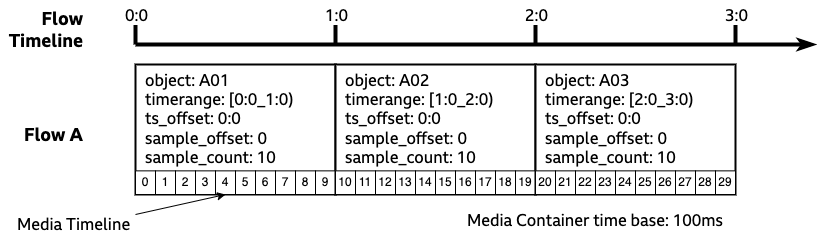
Before: docs/images/Flow and Media Timelines-Flow A.drawio.png, a diagram exported from draw.io (bbc/tams). Source tidied: cells renumbered, new cells last; positions are measured from the earlier drawing's top-left corner, leaving out a move shared by most shapes.
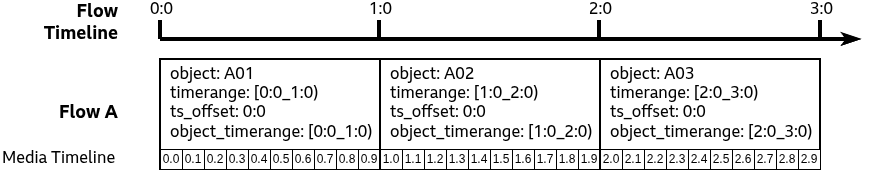
After the change.

Commit message:
Remove references to (deprecated) sample_offset and sample_count from README

The edit, as a diff of the source:
```diff
@@ -5,7 +5,7 @@
     <mxCell id="2" style="endArrow=classicThin;html=1;rounded=0;fontSize=16;strokeWidth=4;fontFamily=BBC Reith Sans;endFill=1;" parent="1" edge="1">
       <mxGeometry relative="1" as="geometry">
         <mxPoint x="130" y="30" as="sourcePoint" />
-        <mxPoint x="810" y="30" as="targetPoint" />
+        <mxPoint x="830" y="30" as="targetPoint" />
       </mxGeometry>
     </mxCell>
     <mxCell id="3" style="endArrow=none;html=1;rounded=0;fontSize=16;strokeWidth=4;fontFamily=BBC Reith Sans;" parent="1" edge="1">
@@ -21,8 +21,8 @@
     </mxCell>
     <mxCell id="5" style="endArrow=none;html=1;rounded=0;fontSize=16;strokeWidth=4;fontFamily=BBC Reith Sans;" parent="1" edge="1">
       <mxGeometry relative="1" as="geometry">
-        <mxPoint x="330" y="30" as="sourcePoint" />
-        <mxPoint x="330" y="10" as="targetPoint" />
+        <mxPoint x="349" y="30" as="sourcePoint" />
+        <mxPoint x="349" y="10" as="targetPoint" />
       </mxGeometry>
     </mxCell>
     <mxCell id="6" value="1:0" style="edgeLabel;html=1;align=center;verticalAlign=middle;fontFamily=BBC Reith Sans;fontSize=16;" parent="5" vertex="1">
@@ -32,8 +32,8 @@
     </mxCell>
     <mxCell id="7" style="endArrow=none;html=1;rounded=0;fontSize=16;strokeWidth=4;fontFamily=BBC Reith Sans;" parent="1" edge="1">
       <mxGeometry relative="1" as="geometry">
-        <mxPoint x="530" y="30" as="sourcePoint" />
-        <mxPoint x="530" y="10" as="targetPoint" />
+        <mxPoint x="569" y="30" as="sourcePoint" />
+        <mxPoint x="569" y="10" as="targetPoint" />
       </mxGeometry>
     </mxCell>
     <mxCell id="8" value="2:0" style="edgeLabel;html=1;align=center;verticalAlign=middle;fontFamily=BBC Reith Sans;fontSize=16;" parent="7" vertex="1">
@@ -43,8 +43,8 @@
     </mxCell>
     <mxCell id="9" style="endArrow=none;html=1;rounded=0;fontSize=16;strokeWidth=4;fontFamily=BBC Reith Sans;" parent="1" edge="1">
       <mxGeometry relative="1" as="geometry">
-        <mxPoint x="730" y="30" as="sourcePoint" />
-        <mxPoint x="730" y="10" as="targetPoint" />
+        <mxPoint x="790" y="30" as="sourcePoint" />
+        <mxPoint x="790" y="10" as="targetPoint" />
       </mxGeometry>
     </mxCell>
     <mxCell id="10" value="3:0" style="edgeLabel;html=1;align=center;verticalAlign=middle;fontFamily=BBC Reith Sans;fontSize=16;" parent="9" vertex="1">
@@ -53,127 +53,121 @@
       </mxGeometry>
     </mxCell>
     <mxCell id="11" value="Flow Timeline" style="text;html=1;strokeColor=none;fillColor=none;align=right;verticalAlign=middle;whiteSpace=wrap;rounded=0;fontFamily=BBC Reith Sans;fontSize=18;fontStyle=1;" parent="1" vertex="1">
-      <mxGeometry width="80" height="30" as="geometry" />
+      <mxGeometry x="10" width="80" height="30" as="geometry" />
     </mxCell>
     <mxCell id="12" value="Flow A" style="text;html=1;strokeColor=none;fillColor=none;align=right;verticalAlign=middle;whiteSpace=wrap;rounded=0;fontFamily=BBC Reith Sans;fontSize=18;fontStyle=1;" parent="1" vertex="1">
-      <mxGeometry y="105" width="80" height="30" as="geometry" />
+      <mxGeometry x="10" y="90" width="80" height="30" as="geometry" />
     </mxCell>
     <mxCell id="13" style="group;" parent="1" vertex="1">
-      <mxGeometry x="130" y="50" width="200" height="130" as="geometry" />
+      <mxGeometry x="130" y="50" width="220" height="110" as="geometry" />
     </mxCell>
-    <mxCell id="14" value="object: A01&lt;br&gt;timerange: [0:0_1:0)&lt;br&gt;ts_offset: 0:0&lt;br&gt;sample_offset: 0&lt;br style=&quot;border-color: var(--border-color);&quot;&gt;sample_count: 10" style="rounded=0;whiteSpace=wrap;html=1;strokeWidth=2;fontFamily=BBC Reith Sans;fontSize=16;verticalAlign=top;align=left;spacingLeft=8;" parent="13" vertex="1">
-      <mxGeometry width="200" height="130" as="geometry" />
+    <mxCell id="14" value="object: A01&lt;br&gt;timerange: [0:0_1:0)&lt;br&gt;ts_offset: 0:0&lt;div&gt;object_timerange: [0:0_1:0)&lt;/div&gt;" style="rounded=0;whiteSpace=wrap;html=1;strokeWidth=2;fontFamily=BBC Reith Sans;fontSize=16;verticalAlign=top;align=left;spacingLeft=8;" parent="13" vertex="1">
+      <mxGeometry width="220" height="110" as="geometry" />
     </mxCell>
-    <mxCell id="15" value="0" style="rounded=0;whiteSpace=wrap;html=1;" parent="13" vertex="1">
-      <mxGeometry y="106.4" width="20" height="23.6" as="geometry" />
+    <mxCell id="15" value="0.0" style="rounded=0;whiteSpace=wrap;html=1;" parent="13" vertex="1">
+      <mxGeometry y="90" width="22" height="20" as="geometry" />
     </mxCell>
-    <mxCell id="16" value="1" style="rounded=0;whiteSpace=wrap;html=1;" parent="13" vertex="1">
-      <mxGeometry x="20" y="106.4" width="20" height="23.6" as="geometry" />
+    <mxCell id="16" value="0.1" style="rounded=0;whiteSpace=wrap;html=1;" parent="13" vertex="1">
+      <mxGeometry x="22" y="90" width="22" height="20" as="geometry" />
     </mxCell>
-    <mxCell id="17" value="2" style="rounded=0;whiteSpace=wrap;html=1;" parent="13" vertex="1">
-      <mxGeometry x="40" y="106.4" width="20" height="23.6" as="geometry" />
+    <mxCell id="17" value="0.2" style="rounded=0;whiteSpace=wrap;html=1;" parent="13" vertex="1">
+      <mxGeometry x="44" y="90" width="22" height="20" as="geometry" />
     </mxCell>
-    <mxCell id="18" value="3" style="rounded=0;whiteSpace=wrap;html=1;" parent="13" vertex="1">
-      <mxGeometry x="60" y="106.4" width="20" height="23.6" as="geometry" />
+    <mxCell id="18" value="0.3" style="rounded=0;whiteSpace=wrap;html=1;" parent="13" vertex="1">
+      <mxGeometry x="66" y="90" width="22" height="20" as="geometry" />
     </mxCell>
-    <mxCell id="19" value="4" style="rounded=0;whiteSpace=wrap;html=1;" parent="13" vertex="1">
-      <mxGeometry x="80" y="106.4" width="20" height="23.6" as="geometry" />
+    <mxCell id="19" value="0.4" style="rounded=0;whiteSpace=wrap;html=1;" parent="13" vertex="1">
+      <mxGeometry x="88" y="90" width="22" height="20" as="geometry" />
     </mxCell>
-    <mxCell id="20" value="5" style="rounded=0;whiteSpace=wrap;html=1;" parent="13" vertex="1">
-      <mxGeometry x="100" y="106.4" width="20" height="23.6" as="geometry" />
+    <mxCell id="20" value="0.5" style="rounded=0;whiteSpace=wrap;html=1;" parent="13" vertex="1">
+      <mxGeometry x="110" y="90" width="22" height="20" as="geometry" />
     </mxCell>
-    <mxCell id="21" value="6" style="rounded=0;whiteSpace=wrap;html=1;" parent="13" vertex="1">
-      <mxGeometry x="120" y="106.4" width="20" height="23.6" as="geometry" />
+    <mxCell id="21" value="0.6" style="rounded=0;whiteSpace=wrap;html=1;" parent="13" vertex="1">
+      <mxGeometry x="132" y="90" width="22" height="20" as="geometry" />
     </mxCell>
-    <mxCell id="22" value="7" style="rounded=0;whiteSpace=wrap;html=1;" parent="13" vertex="1">
-      <mxGeometry x="140" y="106.4" width="20" height="23.6" as="geometry" />
+    <mxCell id="22" value="0.7" style="rounded=0;whiteSpace=wrap;html=1;" parent="13" vertex="1">
+      <mxGeometry x="154" y="90" width="22" height="20" as="geometry" />
     </mxCell>
-    <mxCell id="23" value="8" style="rounded=0;whiteSpace=wrap;html=1;" parent="13" vertex="1">
-      <mxGeometry x="160" y="106.4" width="20" height="23.6" as="geometry" />
+    <mxCell id="23" value="0.8" style="rounded=0;whiteSpace=wrap;html=1;" parent="13" vertex="1">
+      <mxGeometry x="176" y="90" width="22" height="20" as="geometry" />
     </mxCell>
-    <mxCell id="24" value="9" style="rounded=0;whiteSpace=wrap;html=1;" parent="13" vertex="1">
-      <mxGeometry x="180" y="106.4" width="20" height="23.6" as="geometry" />
+    <mxCell id="24" value="0.9" style="rounded=0;whiteSpace=wrap;html=1;" parent="13" vertex="1">
+      <mxGeometry x="198" y="90" width="22" height="20" as="geometry" />
     </mxCell>
     <mxCell id="25" style="group;" parent="1" vertex="1">
-      <mxGeometry x="330" y="50" width="200" height="130" as="geometry" />
+      <mxGeometry x="350" y="50" width="220" height="110" as="geometry" />
     </mxCell>
-    <mxCell id="26" value="object: A02&lt;br&gt;timerange: [1:0_2:0)&lt;br&gt;ts_offset: 0:0&lt;br&gt;sample_offset: 0&lt;br&gt;sample_count: 10" style="rounded=0;whiteSpace=wrap;html=1;strokeWidth=2;fontFamily=BBC Reith Sans;fontSize=16;verticalAlign=top;align=left;spacingLeft=8;" parent="25" vertex="1">
-      <mxGeometry width="200" height="130" as="geometry" />
+    <mxCell id="26" value="object: A02&lt;br&gt;timerange: [1:0_2:0)&lt;br&gt;ts_offset: 0:0&lt;div&gt;object_timerange: [1:0_2:0)&lt;/div&gt;" style="rounded=0;whiteSpace=wrap;html=1;strokeWidth=2;fontFamily=BBC Reith Sans;fontSize=16;verticalAlign=top;align=left;spacingLeft=8;" parent="25" vertex="1">
+      <mxGeometry width="220" height="110" as="geometry" />
     </mxCell>
-    <mxCell id="27" value="10" style="rounded=0;whiteSpace=wrap;html=1;" parent="25" vertex="1">
-      <mxGeometry y="106.4" width="20" height="23.6" as="geometry" />
+    <mxCell id="27" value="1.0" style="rounded=0;whiteSpace=wrap;html=1;" parent="25" vertex="1">
+      <mxGeometry y="90" width="22" height="20" as="geometry" />
     </mxCell>
-    <mxCell id="28" value="11" style="rounded=0;whiteSpace=wrap;html=1;" parent="25" vertex="1">
-      <mxGeometry x="20" y="106.4" width="20" height="23.6" as="geometry" />
+    <mxCell id="28" value="1.1" style="rounded=0;whiteSpace=wrap;html=1;" parent="25" vertex="1">
+      <mxGeometry x="22" y="90" width="22" height="20" as="geometry" />
     </mxCell>
-    <mxCell id="29" value="12" style="rounded=0;whiteSpace=wrap;html=1;" parent="25" vertex="1">
-      <mxGeometry x="40" y="106.4" width="20" height="23.6" as="geometry" />
+    <mxCell id="29" value="1.2" style="rounded=0;whiteSpace=wrap;html=1;" parent="25" vertex="1">
+      <mxGeometry x="44" y="90" width="22" height="20" as="geometry" />
     </mxCell>
-    <mxCell id="30" value="13" style="rounded=0;whiteSpace=wrap;html=1;" parent="25" vertex="1">
-      <mxGeometry x="60" y="106.4" width="20" height="23.6" as="geometry" />
+    <mxCell id="30" value="1.3" style="rounded=0;whiteSpace=wrap;html=1;" parent="25" vertex="1">
+      <mxGeometry x="66" y="90" width="22" height="20" as="geometry" />
     </mxCell>
-    <mxCell id="31" value="14" style="rounded=0;whiteSpace=wrap;html=1;" parent="25" vertex="1">
-      <mxGeometry x="80" y="106.4" width="20" height="23.6" as="geometry" />
+    <mxCell id="31" value="1.4" style="rounded=0;whiteSpace=wrap;html=1;" parent="25" vertex="1">
+      <mxGeometry x="88" y="90" width="22" height="20" as="geometry" />
     </mxCell>
-    <mxCell id="32" value="15" style="rounded=0;whiteSpace=wrap;html=1;" parent="25" vertex="1">
-      <mxGeometry x="100" y="106.4" width="20" height="23.6" as="geometry" />
+    <mxCell id="32" value="1.5" style="rounded=0;whiteSpace=wrap;html=1;" parent="25" vertex="1">
+      <mxGeometry x="110" y="90" width="22" height="20" as="geometry" />
     </mxCell>
-    <mxCell id="33" value="16" style="rounded=0;whiteSpace=wrap;html=1;" parent="25" vertex="1">
-      <mxGeometry x="120" y="106.4" width="20" height="23.6" as="geometry" />
+    <mxCell id="33" value="1.6" style="rounded=0;whiteSpace=wrap;html=1;" parent="25" vertex="1">
+      <mxGeometry x="132" y="90" width="22" height="20" as="geometry" />
     </mxCell>
-    <mxCell id="34" value="17" style="rounded=0;whiteSpace=wrap;html=1;" parent="25" vertex="1">
-      <mxGeometry x="140" y="106.4" width="20" height="23.6" as="geometry" />
+    <mxCell id="34" value="1.7" style="rounded=0;whiteSpace=wrap;html=1;" parent="25" vertex="1">
+      <mxGeometry x="154" y="90" width="22" height="20" as="geometry" />
     </mxCell>
-    <mxCell id="35" value="18" style="rounded=0;whiteSpace=wrap;html=1;" parent="25" vertex="1">
-      <mxGeometry x="160" y="106.4" width="20" height="23.6" as="geometry" />
+    <mxCell id="35" value="1.8" style="rounded=0;whiteSpace=wrap;html=1;" parent="25" vertex="1">
+      <mxGeometry x="176" y="90" width="22" height="20" as="geometry" />
     </mxCell>
-    <mxCell id="36" value="19" style="rounded=0;whiteSpace=wrap;html=1;" parent="25" vertex="1">
-      <mxGeometry x="180" y="106.4" width="20" height="23.6" as="geometry" />
+    <mxCell id="36" value="1.9" style="rounded=0;whiteSpace=wrap;html=1;" parent="25" vertex="1">
+      <mxGeometry x="198" y="90" width="22" height="20" as="geometry" />
     </mxCell>
     <mxCell id="37" style="group;" parent="1" vertex="1">
-      <mxGeometry x="530" y="50" width="200" height="130" as="geometry" />
+      <mxGeometry x="570" y="50" width="220" height="110" as="geometry" />
     </mxCell>
-    <mxCell id="38" value="object: A03&lt;br&gt;timerange: [2:0_3:0)&lt;br&gt;ts_offset: 0:0&lt;br&gt;sample_offset: 0&lt;br&gt;sample_count: 10" style="rounded=0;whiteSpace=wrap;html=1;strokeWidth=2;fontFamily=BBC Reith Sans;fontSize=16;verticalAlign=top;align=left;spacingLeft=8;" parent="37" vertex="1">
-      <mxGeometry width="200" height="130" as="geometry" />
+    <mxCell id="38" value="object: A03&lt;br&gt;timerange: [2:0_3:0)&lt;br&gt;ts_offset: 0:0&lt;div&gt;object_timerange: [2:0_3:0)&lt;/div&gt;" style="rounded=0;whiteSpace=wrap;html=1;strokeWidth=2;fontFamily=BBC Reith Sans;fontSize=16;verticalAlign=top;align=left;spacingLeft=8;" parent="37" vertex="1">
+      <mxGeometry width="220" height="110" as="geometry" />
     </mxCell>
-    <mxCell id="39" value="20" style="rounded=0;whiteSpace=wrap;html=1;" parent="37" vertex="1">
-      <mxGeometry y="106.4" width="20" height="23.6" as="geometry" />
+    <mxCell id="39" value="2.0" style="rounded=0;whiteSpace=wrap;html=1;" parent="37" vertex="1">
+      <mxGeometry y="90" width="22" height="20" as="geometry" />
     </mxCell>
-    <mxCell id="40" value="21" style="rounded=0;whiteSpace=wrap;html=1;" parent="37" vertex="1">
-      <mxGeometry x="20" y="106.4" width="20" height="23.6" as="geometry" />
+    <mxCell id="40" value="2.1" style="rounded=0;whiteSpace=wrap;html=1;" parent="37" vertex="1">
+      <mxGeometry x="22" y="90" width="22" height="20" as="geometry" />
     </mxCell>
-    <mxCell id="41" value="22" style="rounded=0;whiteSpace=wrap;html=1;" parent="37" vertex="1">
-      <mxGeometry x="40" y="106.4" width="20" height="23.6" as="geometry" />
+    <mxCell id="41" value="2.2" style="rounded=0;whiteSpace=wrap;html=1;" parent="37" vertex="1">
+      <mxGeometry x="44" y="90" width="22" height="20" as="geometry" />
     </mxCell>
-    <mxCell id="42" value="23" style="rounded=0;whiteSpace=wrap;html=1;" parent="37" vertex="1">
-      <mxGeometry x="60" y="106.4" width="20" height="23.6" as="geometry" />
+    <mxCell id="42" value="2.3" style="rounded=0;whiteSpace=wrap;html=1;" parent="37" vertex="1">
+      <mxGeometry x="66" y="90" width="22" height="20" as="geometry" />
     </mxCell>
-    <mxCell id="43" value="24" style="rounded=0;whiteSpace=wrap;html=1;" parent="37" vertex="1">
-      <mxGeometry x="80" y="106.4" width="20" height="23.6" as="geometry" />
+    <mxCell id="43" value="2.4" style="rounded=0;whiteSpace=wrap;html=1;" parent="37" vertex="1">
+      <mxGeometry x="88" y="90" width="22" height="20" as="geometry" />
     </mxCell>
-    <mxCell id="44" value="25" style="rounded=0;whiteSpace=wrap;html=1;" parent="37" vertex="1">
-      <mxGeometry x="100" y="106.4" width="20" height="23.6" as="geometry" />
+    <mxCell id="44" value="2.5" style="rounded=0;whiteSpace=wrap;html=1;" parent="37" vertex="1">
+      <mxGeometry x="110" y="90" width="22" height="20" as="geometry" />
     </mxCell>
-    <mxCell id="45" value="26" style="rounded=0;whiteSpace=wrap;html=1;" parent="37" vertex="1">
-      <mxGeometry x="120" y="106.4" width="20" height="23.6" as="geometry" />
+    <mxCell id="45" value="2.6" style="rounded=0;whiteSpace=wrap;html=1;" parent="37" vertex="1">
+      <mxGeometry x="132" y="90" width="22" height="20" as="geometry" />
     </mxCell>
-    <mxCell id="46" value="27" style="rounded=0;whiteSpace=wrap;html=1;" parent="37" vertex="1">
-      <mxGeometry x="140" y="106.4" width="20" height="23.6" as="geometry" />
+    <mxCell id="46" value="2.7" style="rounded=0;whiteSpace=wrap;html=1;" parent="37" vertex="1">
+      <mxGeometry x="154" y="90" width="22" height="20" as="geometry" />
     </mxCell>
-    <mxCell id="47" value="28" style="rounded=0;whiteSpace=wrap;html=1;" parent="37" vertex="1">
-      <mxGeometry x="160" y="106.4" width="20" height="23.6" as="geometry" />
+    <mxCell id="47" value="2.8" style="rounded=0;whiteSpace=wrap;html=1;" parent="37" vertex="1">
+      <mxGeometry x="176" y="90" width="22" height="20" as="geometry" />
     </mxCell>
-    <mxCell id="48" value="29" style="rounded=0;whiteSpace=wrap;html=1;" parent="37" vertex="1">
-      <mxGeometry x="180" y="106.4" width="20" height="23.6" as="geometry" />
+    <mxCell id="48" value="2.9" style="rounded=0;whiteSpace=wrap;html=1;" parent="37" vertex="1">
+      <mxGeometry x="198" y="90" width="22" height="20" as="geometry" />
     </mxCell>
-    <mxCell id="49" style="endArrow=classic;html=1;rounded=0;exitX=1;exitY=0.25;exitDx=0;exitDy=0;fontFamily=BBC Reith Sans;entryX=0.5;entryY=1;entryDx=0;entryDy=0;" parent="1" edge="1" source="50" target="19">
-      <mxGeometry relative="1" as="geometry" />
-    </mxCell>
     <mxCell id="50" value="Media Timeline" style="text;html=1;strokeColor=none;fillColor=none;align=left;verticalAlign=middle;whiteSpace=wrap;rounded=0;fontFamily=BBC Reith Sans;fontSize=16;" parent="1" vertex="1">
-      <mxGeometry x="10" y="190" width="120" height="40" as="geometry" />
+      <mxGeometry x="-30" y="130" width="120" height="40" as="geometry" />
     </mxCell>
-    <mxCell id="51" value="&lt;font face=&quot;BBC Reith Sans&quot;&gt;&lt;span style=&quot;font-size: 16px;&quot;&gt;Media Container time base: 100ms&lt;/span&gt;&lt;/font&gt;" style="text;whiteSpace=wrap;html=1;" parent="1" vertex="1">
-      <mxGeometry x="460" y="190" width="270" height="30" as="geometry" />
-    </mxCell>
   </root>
 </mxGraphModel>
```
